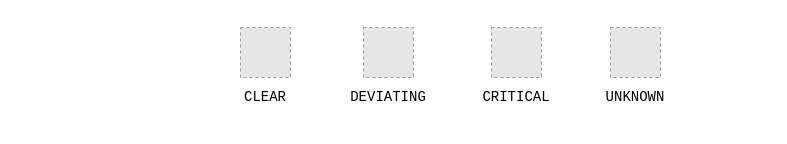
Earlier version of the draw.io diagram resources/drawio/health-states.drawio (StackVista/stackstate-docs). Source tidied: cells renumbered, new cells numbered last; positions are measured from the earlier drawing's top-left corner, leaving out a move shared by most shapes. Both pictures are drawn from the tidied source at 100%, with x=0, y=0 at pixel (130, 17). Pictures stored in the file or linked from it are replaced by grey dashed boxes.
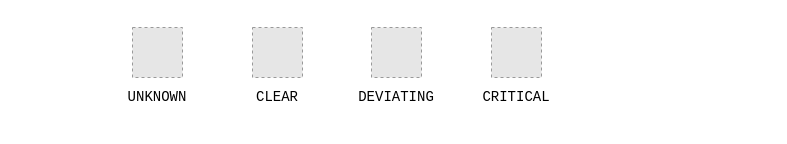
The same diagram, later.

The edit, as a diff of the source:
```diff
@@
 <mxGraphModel>
   <root>
     <mxCell id="0" />
     <mxCell id="1" parent="0" />
     <mxCell id="2" style="rounded=0;whiteSpace=wrap;html=1;strokeColor=none;fontStyle=4;" parent="1" vertex="1">
-      <mxGeometry width="640" height="110" as="geometry" />
+      <mxGeometry x="-113.5" width="640" height="110" as="geometry" />
     </mxCell>
     <mxCell id="3" style="group;" parent="1" vertex="1">
       <mxGeometry x="71" y="10" width="498" height="100" as="geometry" />
     </mxCell>
+    <mxCell id="13" style="group;" parent="1" vertex="1">
+      <mxGeometry x="-37" y="10" width="487" height="100" as="geometry" />
+    </mxCell>
-    <mxCell id="4" value="&lt;font style=&quot;font-size: 14px;&quot;&gt;CLEAR&lt;/font&gt;" style="rounded=0;whiteSpace=wrap;html=1;strokeColor=none;fontFamily=Courier New;fontSize=14;fillColor=none;" parent="3" vertex="1">
-      <mxGeometry y="40" width="128" height="60" as="geometry" />
+    <mxCell id="4" value="&lt;font style=&quot;font-size: 14px;&quot;&gt;CLEAR&lt;/font&gt;" style="rounded=0;whiteSpace=wrap;html=1;strokeColor=none;fontFamily=Courier New;fontSize=14;fillColor=none;" parent="13" vertex="1">
+      <mxGeometry x="120" y="40" width="128" height="60" as="geometry" />
     </mxCell>
-    <mxCell id="5" style="group;" parent="3" vertex="1">
-      <mxGeometry x="39" width="459" height="100" as="geometry" />
-    </mxCell>
-    <mxCell id="6" style="fillColor=#E6E6E6;strokeColor=#999999;dashed=1;verticalLabelPosition=bottom;labelBackgroundColor=#ffffff;verticalAlign=top;" parent="5" vertex="1">
-      <mxGeometry width="50" height="50" as="geometry" />
+    <mxCell id="6" style="fillColor=#E6E6E6;strokeColor=#999999;dashed=1;verticalLabelPosition=bottom;labelBackgroundColor=#ffffff;verticalAlign=top;" parent="13" vertex="1">
+      <mxGeometry x="159" width="50" height="50" as="geometry" />
     </mxCell>
-    <mxCell id="7" style="fillColor=#E6E6E6;strokeColor=#999999;dashed=1;verticalLabelPosition=bottom;labelBackgroundColor=#ffffff;verticalAlign=top;" parent="5" vertex="1">
-      <mxGeometry x="123" width="50" height="50" as="geometry" />
+    <mxCell id="7" style="fillColor=#E6E6E6;strokeColor=#999999;dashed=1;verticalLabelPosition=bottom;labelBackgroundColor=#ffffff;verticalAlign=top;" parent="13" vertex="1">
+      <mxGeometry x="278" width="50" height="50" as="geometry" />
     </mxCell>
-    <mxCell id="8" style="fillColor=#E6E6E6;strokeColor=#999999;dashed=1;verticalLabelPosition=bottom;labelBackgroundColor=#ffffff;verticalAlign=top;" parent="5" vertex="1">
-      <mxGeometry x="251" width="50" height="50" as="geometry" />
+    <mxCell id="8" style="fillColor=#E6E6E6;strokeColor=#999999;dashed=1;verticalLabelPosition=bottom;labelBackgroundColor=#ffffff;verticalAlign=top;" parent="13" vertex="1">
+      <mxGeometry x="398" width="50" height="50" as="geometry" />
     </mxCell>
-    <mxCell id="9" style="fillColor=#E6E6E6;strokeColor=#999999;dashed=1;verticalLabelPosition=bottom;labelBackgroundColor=#ffffff;verticalAlign=top;" parent="5" vertex="1">
-      <mxGeometry x="370" width="50" height="50" as="geometry" />
+    <mxCell id="9" style="fillColor=#E6E6E6;strokeColor=#999999;dashed=1;verticalLabelPosition=bottom;labelBackgroundColor=#ffffff;verticalAlign=top;" parent="13" vertex="1">
+      <mxGeometry x="39" width="50" height="50" as="geometry" />
     </mxCell>
-    <mxCell id="10" value="DEVIATING" style="rounded=0;whiteSpace=wrap;html=1;strokeColor=none;fontFamily=Courier New;fontSize=14;fillColor=none;" parent="5" vertex="1">
-      <mxGeometry x="84" y="40" width="128" height="60" as="geometry" />
+    <mxCell id="10" value="DEVIATING" style="rounded=0;whiteSpace=wrap;html=1;strokeColor=none;fontFamily=Courier New;fontSize=14;fillColor=none;" parent="13" vertex="1">
+      <mxGeometry x="239" y="40" width="128" height="60" as="geometry" />
     </mxCell>
-    <mxCell id="11" value="&lt;font style=&quot;font-size: 14px;&quot;&gt;CRITICAL&lt;/font&gt;" style="rounded=0;whiteSpace=wrap;html=1;strokeColor=none;fontFamily=Courier New;fontSize=14;fillColor=none;" parent="5" vertex="1">
-      <mxGeometry x="212" y="40" width="128" height="60" as="geometry" />
+    <mxCell id="11" value="&lt;font style=&quot;font-size: 14px;&quot;&gt;CRITICAL&lt;/font&gt;" style="rounded=0;whiteSpace=wrap;html=1;strokeColor=none;fontFamily=Courier New;fontSize=14;fillColor=none;" parent="13" vertex="1">
+      <mxGeometry x="359" y="40" width="128" height="60" as="geometry" />
     </mxCell>
-    <mxCell id="12" value="&lt;font style=&quot;font-size: 14px;&quot;&gt;UNKNOWN&lt;/font&gt;" style="rounded=0;whiteSpace=wrap;html=1;strokeColor=none;fontFamily=Courier New;fontSize=14;fillColor=none;" parent="5" vertex="1">
-      <mxGeometry x="331" y="40" width="128" height="60" as="geometry" />
+    <mxCell id="12" value="&lt;font style=&quot;font-size: 14px;&quot;&gt;UNKNOWN&lt;/font&gt;" style="rounded=0;whiteSpace=wrap;html=1;strokeColor=none;fontFamily=Courier New;fontSize=14;fillColor=none;" parent="13" vertex="1">
+      <mxGeometry y="40" width="128" height="60" as="geometry" />
     </mxCell>
   </root>
 </mxGraphModel>
```
